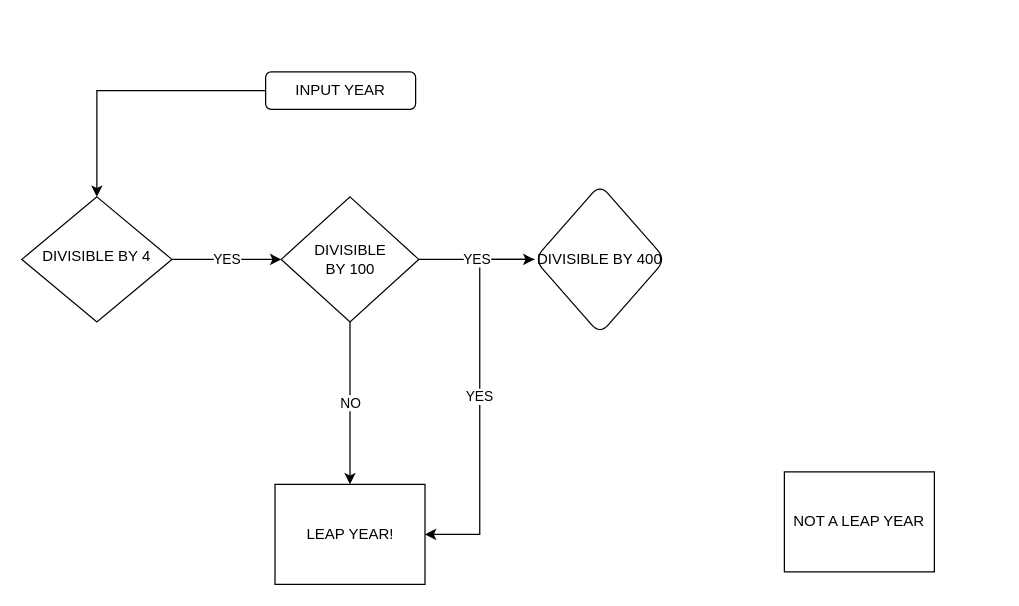
The draw.io diagram leap_year.drawio in TYphOOn-devX/draw.io, before the edit. Source tidied: cells renumbered, new cells numbered last; positions are measured from the earlier drawing's top-left corner, leaving out a move shared by most shapes. Both pictures are drawn from the tidied source at 125%, with x=0, y=0 at pixel (21, 71).
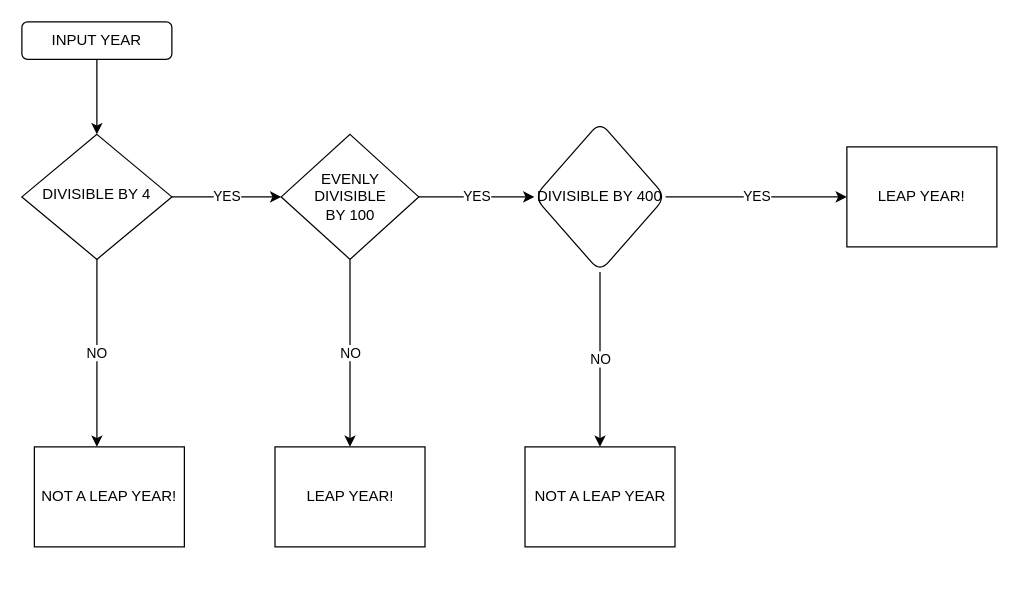
The same page after the edit.

Diff of the diagram source:
```diff
@@
 <mxGraphModel>
   <root>
     <mxCell id="0" />
     <mxCell id="1" parent="0" />
     <mxCell id="2" style="edgeStyle=orthogonalEdgeStyle;rounded=0;jettySize=auto;html=1;" parent="1" edge="1" source="3" target="5">
       <mxGeometry relative="1" as="geometry" />
     </mxCell>
     <mxCell id="3" value="INPUT YEAR" style="rounded=1;whiteSpace=wrap;html=1;fontSize=12;glass=0;strokeWidth=1;shadow=0;" parent="1" vertex="1">
-      <mxGeometry x="195" width="120" height="30" as="geometry" />
+      <mxGeometry y="-40" width="120" height="30" as="geometry" />
     </mxCell>
+    <mxCell id="13" value="NO" style="edgeStyle=orthogonalEdgeStyle;rounded=0;jettySize=auto;html=1;entryX=0.417;entryY=0;entryDx=0;entryDy=0;entryPerimeter=0;" parent="1" edge="1" source="5" target="16">
+      <mxGeometry relative="1" as="geometry" />
+    </mxCell>
-    <mxCell id="4" value="YES" style="edgeStyle=orthogonalEdgeStyle;rounded=0;jettySize=auto;html=1;" parent="1" edge="1" source="5" target="12">
-      <mxGeometry relative="1" as="geometry" />
+    <mxCell id="4" value="YES" style="edgeStyle=orthogonalEdgeStyle;rounded=0;jettySize=auto;html=1;entryX=0;entryY=0.5;entryDx=0;entryDy=0;" parent="1" edge="1" source="5" target="12">
+      <mxGeometry x="0.01" relative="1" as="geometry" />
     </mxCell>
     <mxCell id="5" value="DIVISIBLE BY 4&lt;br&gt;" style="rhombus;whiteSpace=wrap;html=1;shadow=0;fontFamily=Helvetica;fontSize=12;align=center;strokeWidth=1;spacing=6;spacingTop=-4;" parent="1" vertex="1">
-      <mxGeometry y="100" width="120" height="100" as="geometry" />
+      <mxGeometry y="50" width="120" height="100" as="geometry" />
     </mxCell>
-    <mxCell id="6" value="YES" style="edgeStyle=orthogonalEdgeStyle;rounded=0;jettySize=auto;html=1;entryX=1;entryY=0.5;entryDx=0;entryDy=0;" parent="1" edge="1" source="7" target="8">
-      <mxGeometry relative="1" as="geometry" />
-    </mxCell>
+    <mxCell id="14" value="NO" style="edgeStyle=orthogonalEdgeStyle;rounded=0;jettySize=auto;html=1;" parent="1" edge="1" source="7" target="9">
+      <mxGeometry relative="1" as="geometry" />
+    </mxCell>
+    <mxCell id="15" value="YES" style="edgeStyle=orthogonalEdgeStyle;rounded=0;jettySize=auto;html=1;entryX=0;entryY=0.5;entryDx=0;entryDy=0;" parent="1" edge="1" source="7" target="17">
+      <mxGeometry relative="1" as="geometry" />
+    </mxCell>
     <mxCell id="7" value="DIVISIBLE BY 400" style="rhombus;whiteSpace=wrap;html=1;rounded=1;glass=0;strokeWidth=1;shadow=0;" parent="1" vertex="1">
-      <mxGeometry x="410" y="90" width="105" height="120" as="geometry" />
+      <mxGeometry x="410" y="40" width="105" height="120" as="geometry" />
     </mxCell>
     <mxCell id="8" value="LEAP YEAR!" style="rounded=0;whiteSpace=wrap;html=1;" parent="1" vertex="1">
-      <mxGeometry x="202.5" y="330" width="120" height="80" as="geometry" />
+      <mxGeometry x="202.5" y="300" width="120" height="80" as="geometry" />
     </mxCell>
     <mxCell id="9" value="NOT A LEAP YEAR" style="rounded=0;whiteSpace=wrap;html=1;" parent="1" vertex="1">
-      <mxGeometry x="610" y="320" width="120" height="80" as="geometry" />
+      <mxGeometry x="402.5" y="300" width="120" height="80" as="geometry" />
     </mxCell>
+    <mxCell id="11" value="YES" style="edgeStyle=orthogonalEdgeStyle;rounded=0;jettySize=auto;html=1;" parent="1" edge="1" source="12" target="7">
+      <mxGeometry relative="1" as="geometry" />
+    </mxCell>
     <mxCell id="10" value="NO" style="edgeStyle=orthogonalEdgeStyle;rounded=0;jettySize=auto;html=1;" parent="1" edge="1" source="12" target="8">
       <mxGeometry relative="1" as="geometry" />
     </mxCell>
-    <mxCell id="11" value="YES" style="edgeStyle=orthogonalEdgeStyle;rounded=0;jettySize=auto;html=1;" parent="1" edge="1" source="12" target="7">
-      <mxGeometry relative="1" as="geometry" />
-    </mxCell>
-    <mxCell id="12" value="DIVISIBLE&lt;br&gt;BY 100" style="rhombus;whiteSpace=wrap;html=1;rounded=0;" parent="1" vertex="1">
-      <mxGeometry x="207.5" y="100" width="110" height="100" as="geometry" />
+    <mxCell id="12" value="EVENLY &lt;br&gt;DIVISIBLE&lt;br&gt;BY 100" style="rhombus;whiteSpace=wrap;html=1;rounded=0;" parent="1" vertex="1">
+      <mxGeometry x="207.5" y="50" width="110" height="100" as="geometry" />
     </mxCell>
+    <mxCell id="16" value="NOT A LEAP YEAR!" style="rounded=0;whiteSpace=wrap;html=1;" parent="1" vertex="1">
+      <mxGeometry x="10" y="300" width="120" height="80" as="geometry" />
+    </mxCell>
+    <mxCell id="17" value="LEAP YEAR!" style="rounded=0;whiteSpace=wrap;html=1;" parent="1" vertex="1">
+      <mxGeometry x="660" y="60" width="120" height="80" as="geometry" />
+    </mxCell>
   </root>
 </mxGraphModel>
```
